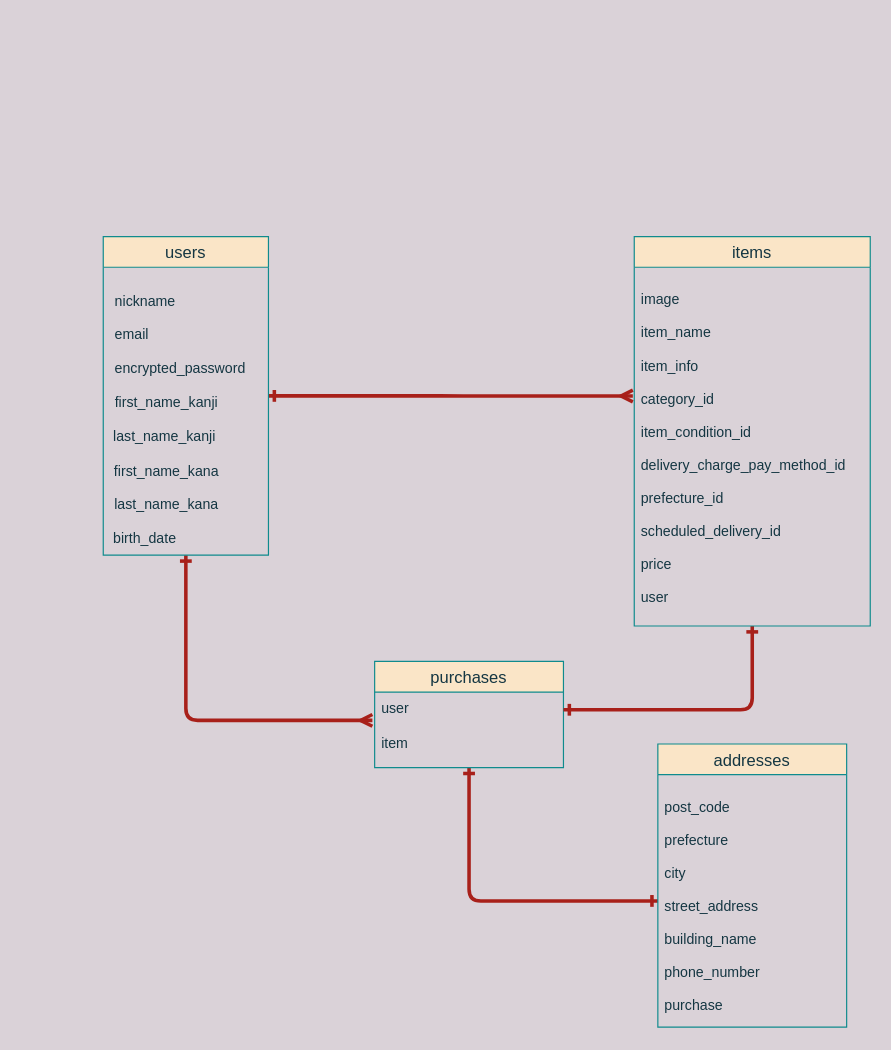
Before: app/views/furima-33054.dio in cruisek4n/furima-33054, a draw.io diagram. Source tidied: cells renumbered, new cells numbered last; positions are measured from the earlier drawing's top-left corner, leaving out a move shared by most shapes. Both pictures are drawn from the tidied source at 118%, with x=0, y=0 at pixel (20, 24).
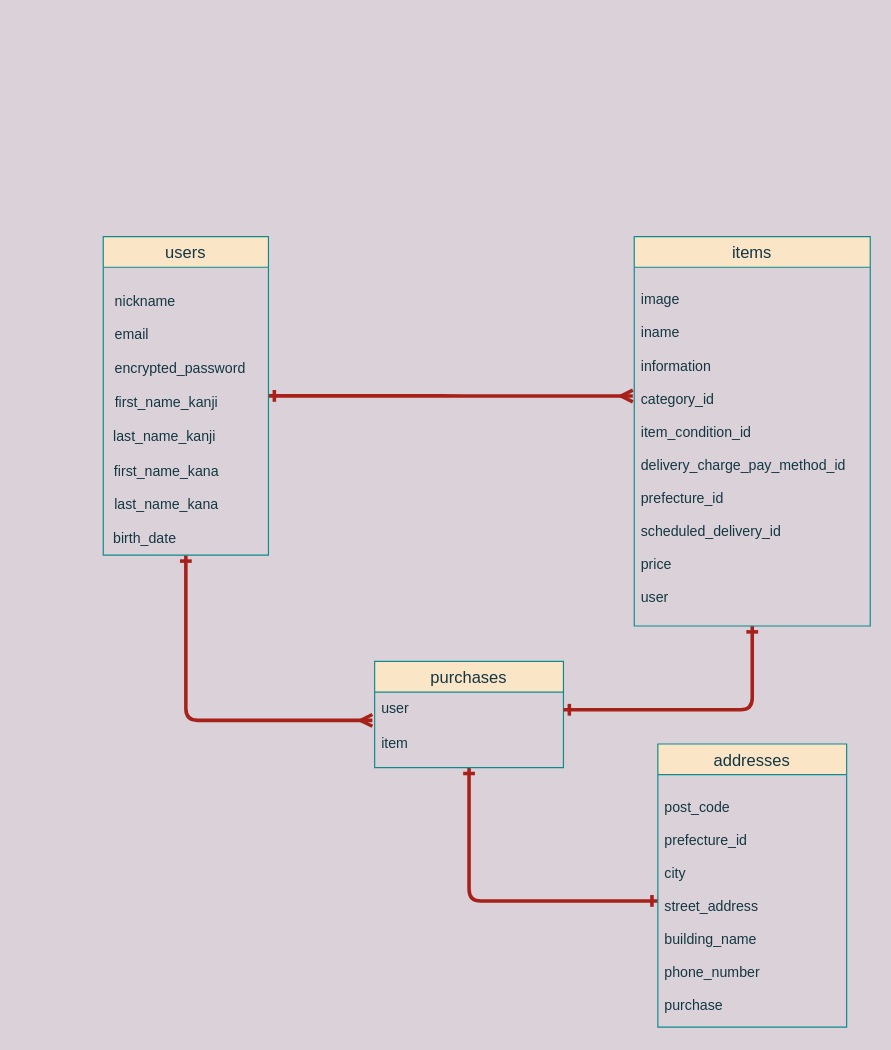
The same diagram, later.

Commit message (it also covers changes not shown here):
データベースの設計修正2

The edit, as a diff of the source:
```diff
@@
 <mxGraphModel background="#DAD2D8">
   <root>
     <mxCell id="0" />
     <mxCell id="1" parent="0" />
     <mxCell id="2" style="edgeStyle=orthogonalEdgeStyle;curved=0;rounded=1;sketch=0;jettySize=auto;html=1;entryX=-0.006;entryY=0.359;entryDx=0;entryDy=0;entryPerimeter=0;strokeColor=#A8201A;fillColor=#FAE5C7;fontColor=#143642;endArrow=ERmany;endFill=0;strokeWidth=3;startArrow=ERone;startFill=0;labelBackgroundColor=#DAD2D8;" parent="1" edge="1" source="4" target="11">
       <mxGeometry relative="1" as="geometry" />
     </mxCell>
     <mxCell id="3" style="edgeStyle=orthogonalEdgeStyle;rounded=1;sketch=0;jettySize=auto;html=1;entryX=-0.012;entryY=0.8;entryDx=0;entryDy=0;entryPerimeter=0;startArrow=ERone;startFill=0;endArrow=ERmany;endFill=0;strokeColor=#A8201A;strokeWidth=3;fillColor=#FAE5C7;fontColor=#143642;labelBackgroundColor=#DAD2D8;" parent="1" edge="1" source="4" target="7">
       <mxGeometry relative="1" as="geometry" />
     </mxCell>
     <mxCell id="4" value="users" style="swimlane;fontStyle=0;horizontal=1;startSize=26;align=center;fontSize=14;fillColor=#FAE5C7;strokeColor=#0F8B8D;fontColor=#143642;" parent="1" vertex="1">
       <mxGeometry x="70" y="180" width="140" height="270" as="geometry" />
     </mxCell>
     <mxCell id="5" style="edgeStyle=orthogonalEdgeStyle;curved=0;rounded=1;sketch=0;jettySize=auto;html=1;strokeColor=#A8201A;strokeWidth=3;fillColor=#FAE5C7;fontColor=#143642;startArrow=ERone;startFill=0;endArrow=ERone;endFill=0;" parent="1" edge="1" source="6" target="13">
       <mxGeometry relative="1" as="geometry" />
     </mxCell>
     <mxCell id="6" value="purchases" style="swimlane;fontStyle=0;horizontal=1;startSize=26;align=center;fontSize=14;fillColor=#FAE5C7;strokeColor=#0F8B8D;fontColor=#143642;" parent="1" vertex="1">
       <mxGeometry x="300" y="540" width="160" height="90" as="geometry" />
     </mxCell>
     <mxCell id="7" value="user" style="text;strokeColor=none;fillColor=none;spacingLeft=4;spacingRight=4;overflow=hidden;points=[[0,0.5],[1,0.5]];portConstraint=eastwest;fontSize=12;fontColor=#143642;" parent="6" vertex="1">
       <mxGeometry y="26" width="160" height="30" as="geometry" />
     </mxCell>
     <mxCell id="8" value="item" style="text;strokeColor=none;fillColor=none;spacingLeft=4;spacingRight=4;overflow=hidden;fontSize=12;fontColor=#143642;" parent="6" vertex="1">
       <mxGeometry y="56" width="160" height="34" as="geometry" />
     </mxCell>
     <mxCell id="9" style="edgeStyle=orthogonalEdgeStyle;curved=0;rounded=1;sketch=0;jettySize=auto;html=1;entryX=1;entryY=0.5;entryDx=0;entryDy=0;strokeColor=#A8201A;strokeWidth=3;fillColor=#FAE5C7;fontColor=#143642;endArrow=ERone;endFill=0;startArrow=ERone;startFill=0;" parent="1" edge="1" source="10" target="7">
       <mxGeometry relative="1" as="geometry" />
     </mxCell>
     <mxCell id="10" value="items" style="swimlane;fontStyle=0;horizontal=1;startSize=26;align=center;fontSize=14;fillColor=#FAE5C7;strokeColor=#0F8B8D;fontColor=#143642;" parent="1" vertex="1">
       <mxGeometry x="520" y="180" width="200" height="330" as="geometry" />
     </mxCell>
-    <mxCell id="11" value="&#10;image&#10;&#10;item_name&#10;&#10;item_info&#10;&#10;category_id&#10;&#10;item_condition_id&#10;&#10;delivery_charge_pay_method_id&#10;&#10;prefecture_id&#10;&#10;scheduled_delivery_id&#10;&#10;price&#10;&#10;user" style="text;strokeColor=none;fillColor=none;spacingLeft=4;spacingRight=4;overflow=hidden;points=[[0,0.5],[1,0.5]];portConstraint=eastwest;fontSize=12;fontColor=#143642;" parent="10" vertex="1">
+    <mxCell id="11" value="&#10;image&#10;&#10;iname&#10;&#10;information&#10;&#10;category_id&#10;&#10;item_condition_id&#10;&#10;delivery_charge_pay_method_id&#10;&#10;prefecture_id&#10;&#10;scheduled_delivery_id&#10;&#10;price&#10;&#10;user" style="text;strokeColor=none;fillColor=none;spacingLeft=4;spacingRight=4;overflow=hidden;points=[[0,0.5],[1,0.5]];portConstraint=eastwest;fontSize=12;fontColor=#143642;" parent="10" vertex="1">
       <mxGeometry y="26" width="200" height="304" as="geometry" />
     </mxCell>
     <mxCell id="12" value="addresses" style="swimlane;fontStyle=0;horizontal=1;startSize=26;align=center;fontSize=14;fillColor=#FAE5C7;strokeColor=#0F8B8D;fontColor=#143642;" parent="1" vertex="1">
       <mxGeometry x="540" y="610" width="160" height="240" as="geometry" />
     </mxCell>
-    <mxCell id="13" value="&#10;post_code&#10;&#10;prefecture&#10;&#10;city&#10;&#10;street_address&#10;&#10;building_name&#10;&#10;phone_number&#10;&#10;purchase" style="text;strokeColor=none;fillColor=none;spacingLeft=4;spacingRight=4;overflow=hidden;points=[[0,0.5],[1,0.5]];portConstraint=eastwest;fontSize=12;fontColor=#143642;" parent="12" vertex="1">
+    <mxCell id="13" value="&#10;post_code&#10;&#10;prefecture_id&#10;&#10;city&#10;&#10;street_address&#10;&#10;building_name&#10;&#10;phone_number&#10;&#10;purchase" style="text;strokeColor=none;fillColor=none;spacingLeft=4;spacingRight=4;overflow=hidden;points=[[0,0.5],[1,0.5]];portConstraint=eastwest;fontSize=12;fontColor=#143642;" parent="12" vertex="1">
       <mxGeometry y="26" width="160" height="214" as="geometry" />
     </mxCell>
     <mxCell id="14" value="&lt;span&gt;&lt;br&gt;&lt;br&gt;&lt;br&gt;&lt;br&gt;&lt;br&gt;&lt;br&gt;&lt;br&gt;&lt;br&gt;&lt;br&gt;&lt;br&gt;&lt;div style=&quot;text-align: left&quot;&gt;&lt;span&gt;&amp;nbsp; &amp;nbsp; &amp;nbsp; &amp;nbsp; &amp;nbsp; &amp;nbsp;&lt;/span&gt;&lt;/div&gt;&lt;div style=&quot;text-align: left&quot;&gt;&lt;span&gt;&amp;nbsp; &amp;nbsp; &amp;nbsp; &amp;nbsp; &amp;nbsp; &amp;nbsp;&amp;nbsp;&lt;/span&gt;&lt;/div&gt;&lt;div style=&quot;text-align: left&quot;&gt;&lt;span&gt;&amp;nbsp; &amp;nbsp; &amp;nbsp; &amp;nbsp; &amp;nbsp; &amp;nbsp;&amp;nbsp;&lt;/span&gt;&lt;/div&gt;&lt;div style=&quot;text-align: left&quot;&gt;&lt;span&gt;&amp;nbsp; &amp;nbsp; &amp;nbsp; &amp;nbsp; &amp;nbsp; &amp;nbsp;&amp;nbsp;&lt;/span&gt;&lt;/div&gt;&lt;div style=&quot;text-align: left&quot;&gt;&lt;span&gt;&lt;br&gt;&lt;/span&gt;&lt;/div&gt;&lt;div style=&quot;text-align: left&quot;&gt;&lt;span&gt;&lt;br&gt;&lt;/span&gt;&lt;/div&gt;&lt;div style=&quot;text-align: left&quot;&gt;&lt;span&gt;&amp;nbsp; &amp;nbsp; &amp;nbsp; &amp;nbsp; &amp;nbsp; &amp;nbsp; &amp;nbsp; &amp;nbsp; &amp;nbsp; &amp;nbsp; &amp;nbsp;nickname&lt;/span&gt;&lt;/div&gt;&lt;div style=&quot;text-align: left&quot;&gt;&amp;nbsp; &amp;nbsp; &amp;nbsp; &amp;nbsp; &amp;nbsp; &amp;nbsp;&amp;nbsp;&lt;/div&gt;&lt;div style=&quot;text-align: left&quot;&gt;&amp;nbsp; &amp;nbsp; &amp;nbsp; &amp;nbsp; &amp;nbsp; &amp;nbsp; &amp;nbsp; &amp;nbsp; &amp;nbsp; &amp;nbsp; &amp;nbsp;email&lt;/div&gt;&amp;nbsp; &amp;nbsp; &lt;br&gt;&amp;nbsp; &amp;nbsp; &amp;nbsp; &amp;nbsp; &amp;nbsp; &amp;nbsp; &amp;nbsp; &amp;nbsp; &amp;nbsp; &amp;nbsp; &amp;nbsp;encrypted_password&lt;/span&gt;&lt;br style=&quot;padding: 0px ; margin: 0px ; text-align: left&quot;&gt;&lt;br style=&quot;padding: 0px ; margin: 0px ; text-align: left&quot;&gt;&lt;span style=&quot;text-align: left&quot;&gt;&amp;nbsp; &amp;nbsp; &amp;nbsp; &amp;nbsp; &amp;nbsp; &amp;nbsp; &amp;nbsp; first_name_kanji&lt;/span&gt;&lt;br style=&quot;padding: 0px ; margin: 0px ; text-align: left&quot;&gt;&lt;br style=&quot;padding: 0px ; margin: 0px ; text-align: left&quot;&gt;&lt;span style=&quot;text-align: left&quot;&gt;&amp;nbsp; &amp;nbsp; &amp;nbsp; &amp;nbsp; &amp;nbsp; &amp;nbsp; &amp;nbsp;last_name_kanji&lt;/span&gt;&lt;br style=&quot;padding: 0px ; margin: 0px ; text-align: left&quot;&gt;&lt;br style=&quot;padding: 0px ; margin: 0px ; text-align: left&quot;&gt;&lt;span style=&quot;text-align: left&quot;&gt;&amp;nbsp; &amp;nbsp; &amp;nbsp; &amp;nbsp; &amp;nbsp; &amp;nbsp; &amp;nbsp; first_name_kana&lt;/span&gt;&lt;br style=&quot;padding: 0px ; margin: 0px ; text-align: left&quot;&gt;&lt;br style=&quot;padding: 0px ; margin: 0px ; text-align: left&quot;&gt;&lt;span style=&quot;text-align: left&quot;&gt;&amp;nbsp; &amp;nbsp; &amp;nbsp; &amp;nbsp; &amp;nbsp; &amp;nbsp; &amp;nbsp; last_name_kana&lt;/span&gt;&lt;br style=&quot;padding: 0px ; margin: 0px ; text-align: left&quot;&gt;&lt;br style=&quot;padding: 0px ; margin: 0px ; text-align: left&quot;&gt;&lt;span style=&quot;text-align: left&quot;&gt;&amp;nbsp; &amp;nbsp;birth_date&lt;/span&gt;" style="text;html=1;align=center;verticalAlign=middle;fontColor=#143642;" parent="1" vertex="1">
       <mxGeometry width="200" height="440" as="geometry" />
     </mxCell>
   </root>
 </mxGraphModel>
```
